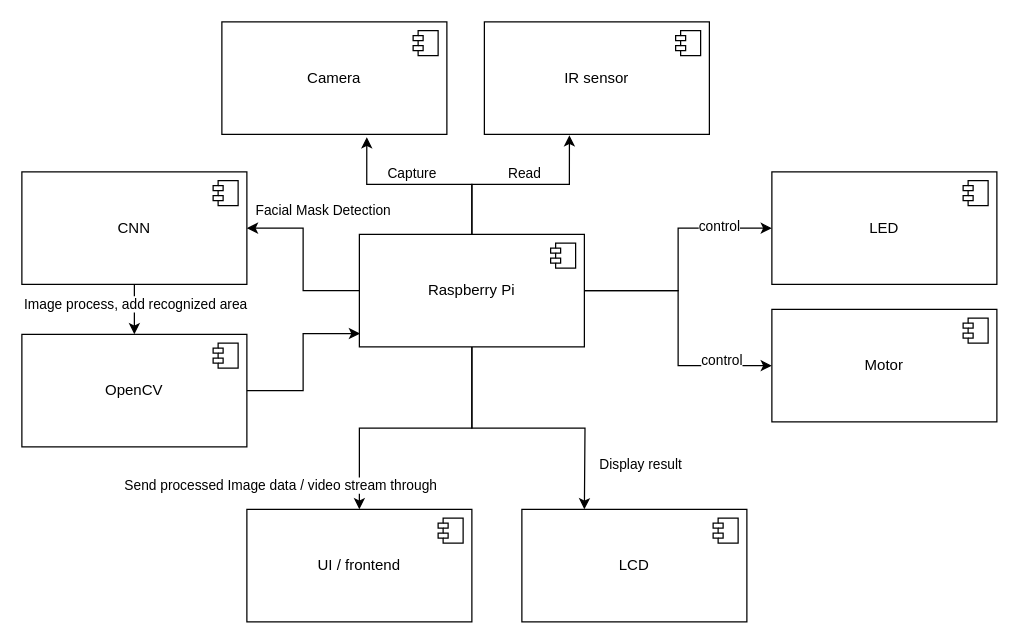
The draw.io diagram page "component diagram" (3 of 4) of ProjectDiagram.drawio in ArcueidShiki/SmartEntrySystem, before the edit. Source tidied: cells renumbered, new cells numbered last; positions are measured from the earlier drawing's top-left corner, leaving out a move shared by most shapes. Both pictures are drawn from the tidied source at 125%, with x=0, y=0 at pixel (21, 21).
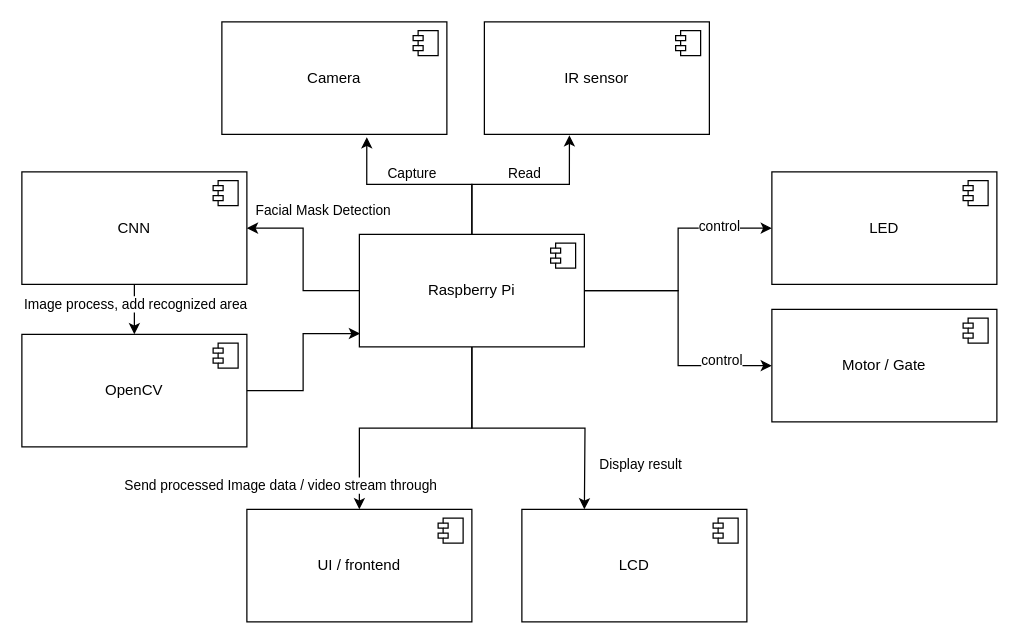
Above is the later version.

Diff of the diagram source:
```diff
@@
-    <mxCell id="22" value="Motor" style="html=1;whiteSpace=wrap;" parent="1" vertex="1">
+    <mxCell id="22" value="Motor / Gate" style="html=1;whiteSpace=wrap;" parent="1" vertex="1">
       <mxGeometry x="600" y="230" width="180" height="90" as="geometry" />
     </mxCell>
```
